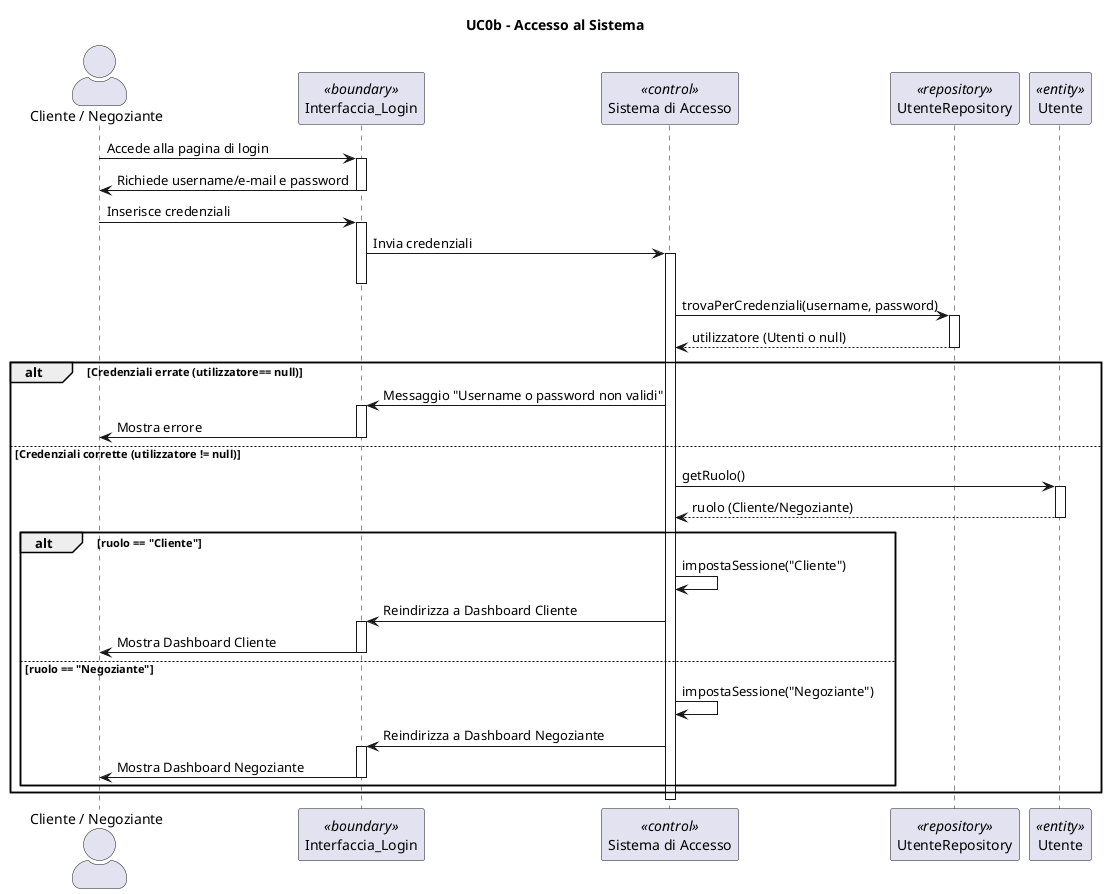
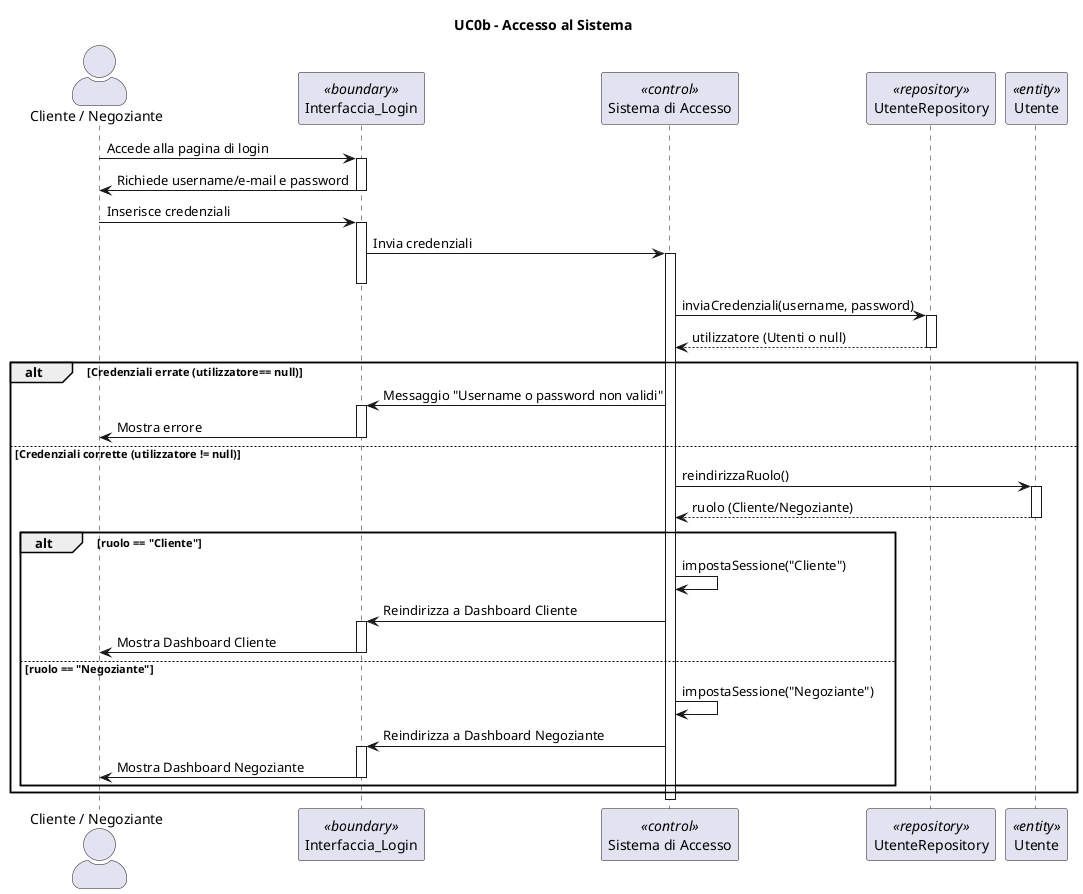
@startuml
title UC0b - Accesso al Sistema
skinparam actorStyle awesome
actor "Cliente / Negoziante" as Utenti
participant "Interfaccia_Login" <<boundary>>
participant "Sistema di Accesso" as Sistema <<control>>
participant "UtenteRepository" as Repo <<repository>>
participant "Utente" <<entity>>

Utenti -> Interfaccia_Login : Accede alla pagina di login
activate Interfaccia_Login
Interfaccia_Login -> Utenti : Richiede username/e-mail e password
deactivate Interfaccia_Login

Utenti -> Interfaccia_Login : Inserisce credenziali
activate Interfaccia_Login
Interfaccia_Login -> Sistema : Invia credenziali
activate Sistema
deactivate Interfaccia_Login


- Sistema -> Repo : trovaPerCredenziali(username, password)
+ Sistema -> Repo : inviaCredenziali(username, password)
activate Repo
Repo --> Sistema : utilizzatore (Utenti o null)
deactivate Repo

alt Credenziali errate (utilizzatore== null)
    Sistema -> Interfaccia_Login : Messaggio "Username o password non validi"
    activate Interfaccia_Login
    Interfaccia_Login -> Utenti : Mostra errore
    deactivate Interfaccia_Login
else Credenziali corrette (utilizzatore != null)


-     Sistema -> Utente : getRuolo()
+     Sistema -> Utente : reindirizzaRuolo()
    activate Utente
    Utente --> Sistema : ruolo (Cliente/Negoziante)
    deactivate Utente

    alt ruolo == "Cliente"
        Sistema -> Sistema : impostaSessione("Cliente")
        Sistema -> Interfaccia_Login : Reindirizza a Dashboard Cliente
        activate Interfaccia_Login
        Interfaccia_Login -> Utenti : Mostra Dashboard Cliente
        deactivate Interfaccia_Login
    else ruolo == "Negoziante"
        Sistema -> Sistema : impostaSessione("Negoziante")
        Sistema -> Interfaccia_Login : Reindirizza a Dashboard Negoziante
        activate Interfaccia_Login
        Interfaccia_Login -> Utenti : Mostra Dashboard Negoziante
        deactivate Interfaccia_Login
    end
end

deactivate Sistema
@enduml

